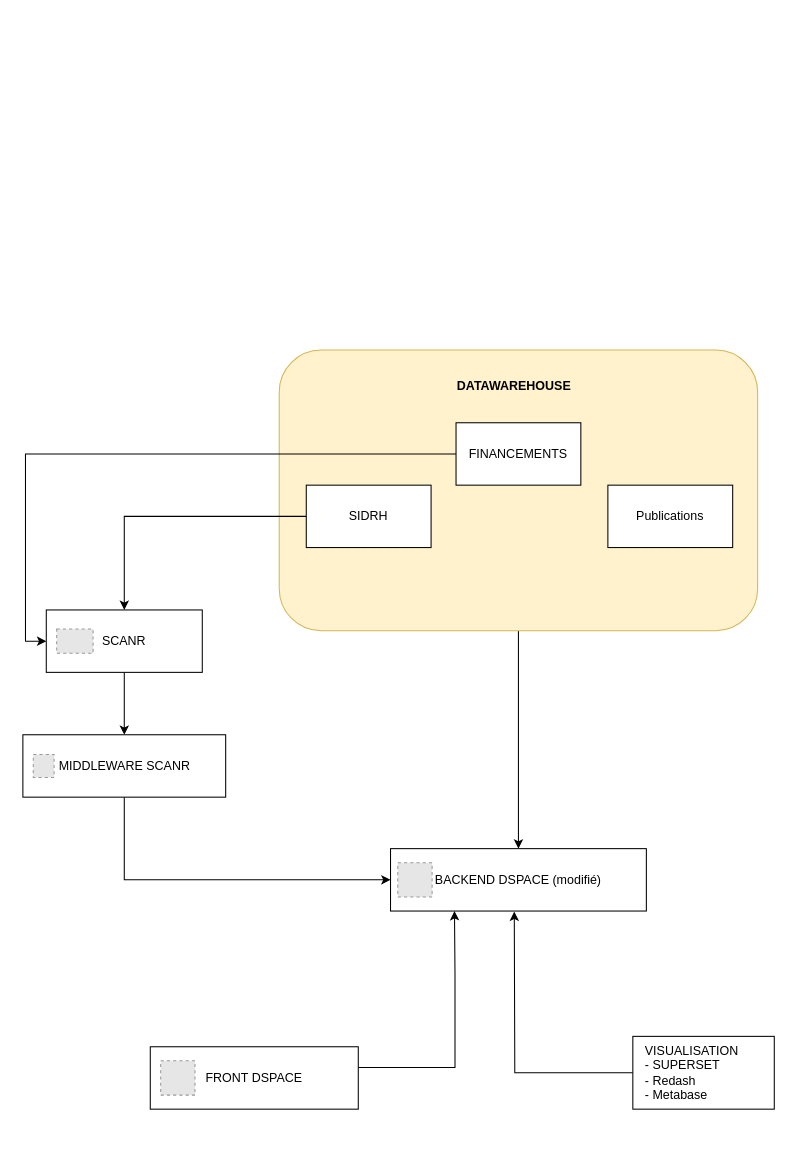
Before: page "Page-2" (2 of 2) of Keyrus Lab.drawio in GilYounicorns/Graph, a draw.io diagram. Source tidied: cells renumbered, new cells numbered last; positions are measured from the earlier drawing's top-left corner, leaving out a move shared by most shapes. Both pictures are drawn from the tidied source at 104%, with x=0, y=0 at pixel (23, 349). Pictures stored in the file or linked from it are replaced by grey dashed boxes.
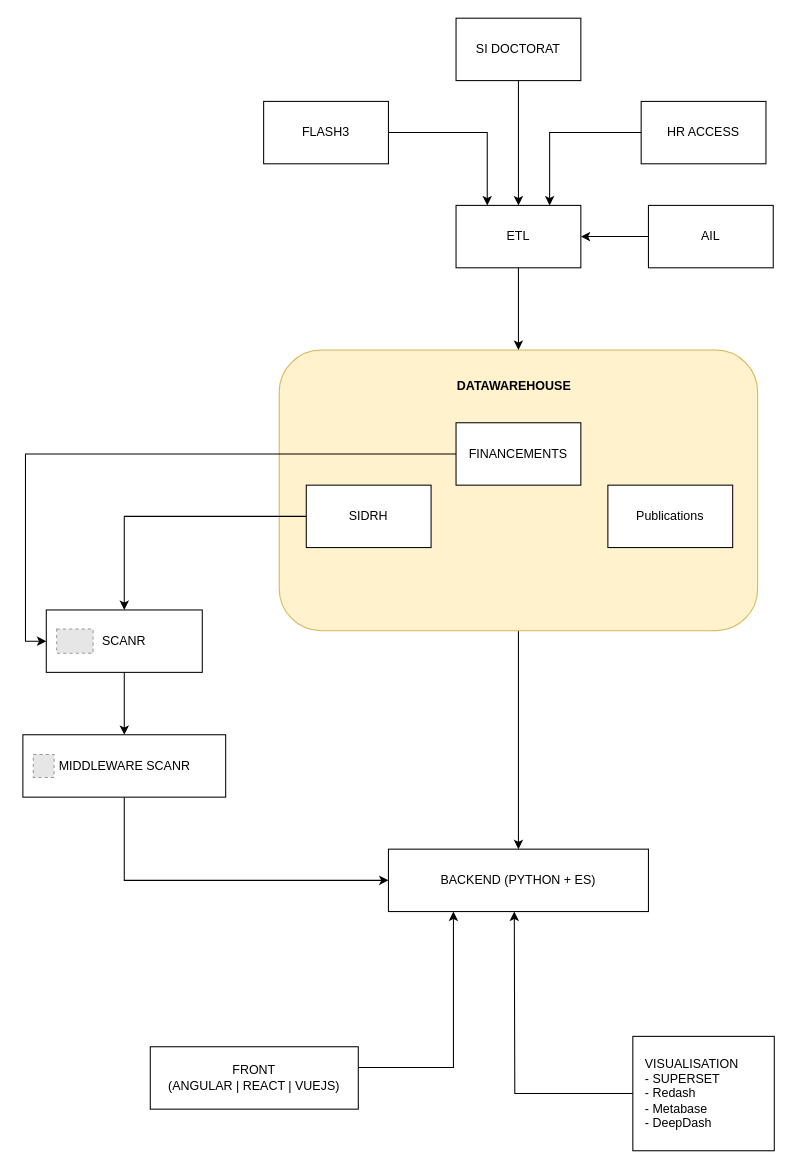
The same page after the edit.

Commit message:
Mettre à jour Keyrus Lab.drawio

Unchanged cells that the change refers to:
```xml
<mxCell id="3" style="rounded=1;whiteSpace=wrap;html=1;fillColor=#fff2cc;strokeColor=#d6b656;" parent="1" vertex="1">
  <mxGeometry x="246" width="460" height="270" as="geometry" />
</mxCell>
```

What changed in the source:
```diff
@@
     <mxCell id="13" style="edgeStyle=orthogonalEdgeStyle;rounded=0;jettySize=auto;html=1;entryX=0.25;entryY=1;entryDx=0;entryDy=0;" parent="1" edge="1" source="14" target="22">
       <mxGeometry relative="1" as="geometry">
         <Array as="points">
-          <mxPoint x="415" y="690" />
-          <mxPoint x="415" y="600" />
+          <mxPoint x="414" y="690" />
         </Array>
       </mxGeometry>
     </mxCell>
-    <mxCell id="14" value="FRONT DSPACE" style="rounded=0;whiteSpace=wrap;html=1;" parent="1" vertex="1">
+    <mxCell id="14" value="FRONT&lt;div&gt;(ANGULAR | REACT | VUEJS)&lt;/div&gt;" style="rounded=0;whiteSpace=wrap;html=1;" parent="1" vertex="1">
       <mxGeometry x="122" y="670" width="200" height="60" as="geometry" />
     </mxCell>
@@
-    <mxCell id="16" value="VISUALISATION&lt;div&gt;- SUPERSET&lt;br&gt;- Redash&lt;/div&gt;&lt;div&gt;- Metabase&lt;/div&gt;" style="rounded=0;whiteSpace=wrap;html=1;align=left;spacingLeft=10;" parent="1" vertex="1">
-      <mxGeometry x="586" y="660" width="136" height="70" as="geometry" />
+    <mxCell id="16" value="VISUALISATION&lt;div&gt;- SUPERSET&lt;br&gt;- Redash&lt;/div&gt;&lt;div&gt;- Metabase&lt;br&gt;- DeepDash&lt;/div&gt;" style="rounded=0;whiteSpace=wrap;html=1;align=left;spacingLeft=10;" parent="1" vertex="1">
+      <mxGeometry x="586" y="660" width="136" height="110" as="geometry" />
     </mxCell>
@@
-    <mxCell id="21" style="group;" parent="1" vertex="1">
-      <mxGeometry x="416" y="480" width="246" height="60" as="geometry" />
-    </mxCell>
-    <mxCell id="22" value="BACKEND DSPACE (modifié)" style="rounded=0;whiteSpace=wrap;html=1;" parent="21" vertex="1">
-      <mxGeometry x="-63" y="-0.5" width="246" height="60" as="geometry" />
+    <mxCell id="22" value="BACKEND (PYTHON + ES)" style="rounded=0;whiteSpace=wrap;html=1;" parent="1" vertex="1">
+      <mxGeometry x="351" y="480" width="250" height="60" as="geometry" />
     </mxCell>
-    <mxCell id="23" style="fillColor=#E6E6E6;strokeColor=#999999;dashed=1;verticalLabelPosition=bottom;labelBackgroundColor=default;verticalAlign=top;" parent="21" vertex="1">
-      <mxGeometry x="-56" y="13" width="33" height="33" as="geometry" />
-    </mxCell>
-    <mxCell id="24" style="fillColor=#E6E6E6;strokeColor=#999999;dashed=1;verticalLabelPosition=bottom;labelBackgroundColor=default;verticalAlign=top;" parent="1" vertex="1">
-      <mxGeometry x="132" y="683.5" width="33" height="33" as="geometry" />
-    </mxCell>
+    <mxCell id="25" style="edgeStyle=orthogonalEdgeStyle;rounded=0;jettySize=auto;html=1;entryX=0.25;entryY=0;entryDx=0;entryDy=0;" parent="1" edge="1" source="26" target="34">
+      <mxGeometry relative="1" as="geometry" />
+    </mxCell>
+    <mxCell id="26" value="FLASH3" style="rounded=0;whiteSpace=wrap;html=1;" parent="1" vertex="1">
+      <mxGeometry x="231" y="-239" width="120" height="60" as="geometry" />
+    </mxCell>
+    <mxCell id="27" style="edgeStyle=orthogonalEdgeStyle;rounded=0;jettySize=auto;html=1;" parent="1" edge="1" source="28" target="34">
+      <mxGeometry relative="1" as="geometry" />
+    </mxCell>
+    <mxCell id="28" value="SI DOCTORAT" style="rounded=0;whiteSpace=wrap;html=1;" parent="1" vertex="1">
+      <mxGeometry x="416" y="-319" width="120" height="60" as="geometry" />
+    </mxCell>
+    <mxCell id="29" value="HR ACCESS" style="rounded=0;whiteSpace=wrap;html=1;" parent="1" vertex="1">
+      <mxGeometry x="594" y="-239" width="120" height="60" as="geometry" />
+    </mxCell>
+    <mxCell id="30" style="edgeStyle=orthogonalEdgeStyle;rounded=0;jettySize=auto;html=1;entryX=1;entryY=0.5;entryDx=0;entryDy=0;" parent="1" edge="1" source="31" target="34">
+      <mxGeometry relative="1" as="geometry" />
+    </mxCell>
+    <mxCell id="31" value="AIL" style="rounded=0;whiteSpace=wrap;html=1;" parent="1" vertex="1">
+      <mxGeometry x="601" y="-139" width="120" height="60" as="geometry" />
+    </mxCell>
+    <mxCell id="32" style="edgeStyle=orthogonalEdgeStyle;rounded=0;jettySize=auto;html=1;entryX=0.75;entryY=0;entryDx=0;entryDy=0;" parent="1" edge="1" source="29" target="34">
+      <mxGeometry relative="1" as="geometry" />
+    </mxCell>
+    <mxCell id="33" style="edgeStyle=orthogonalEdgeStyle;rounded=0;jettySize=auto;html=1;" parent="1" edge="1" source="34" target="3">
+      <mxGeometry relative="1" as="geometry" />
+    </mxCell>
+    <mxCell id="34" value="ETL" style="rounded=0;whiteSpace=wrap;html=1;" parent="1" vertex="1">
+      <mxGeometry x="416" y="-139" width="120" height="60" as="geometry" />
+    </mxCell>
```
